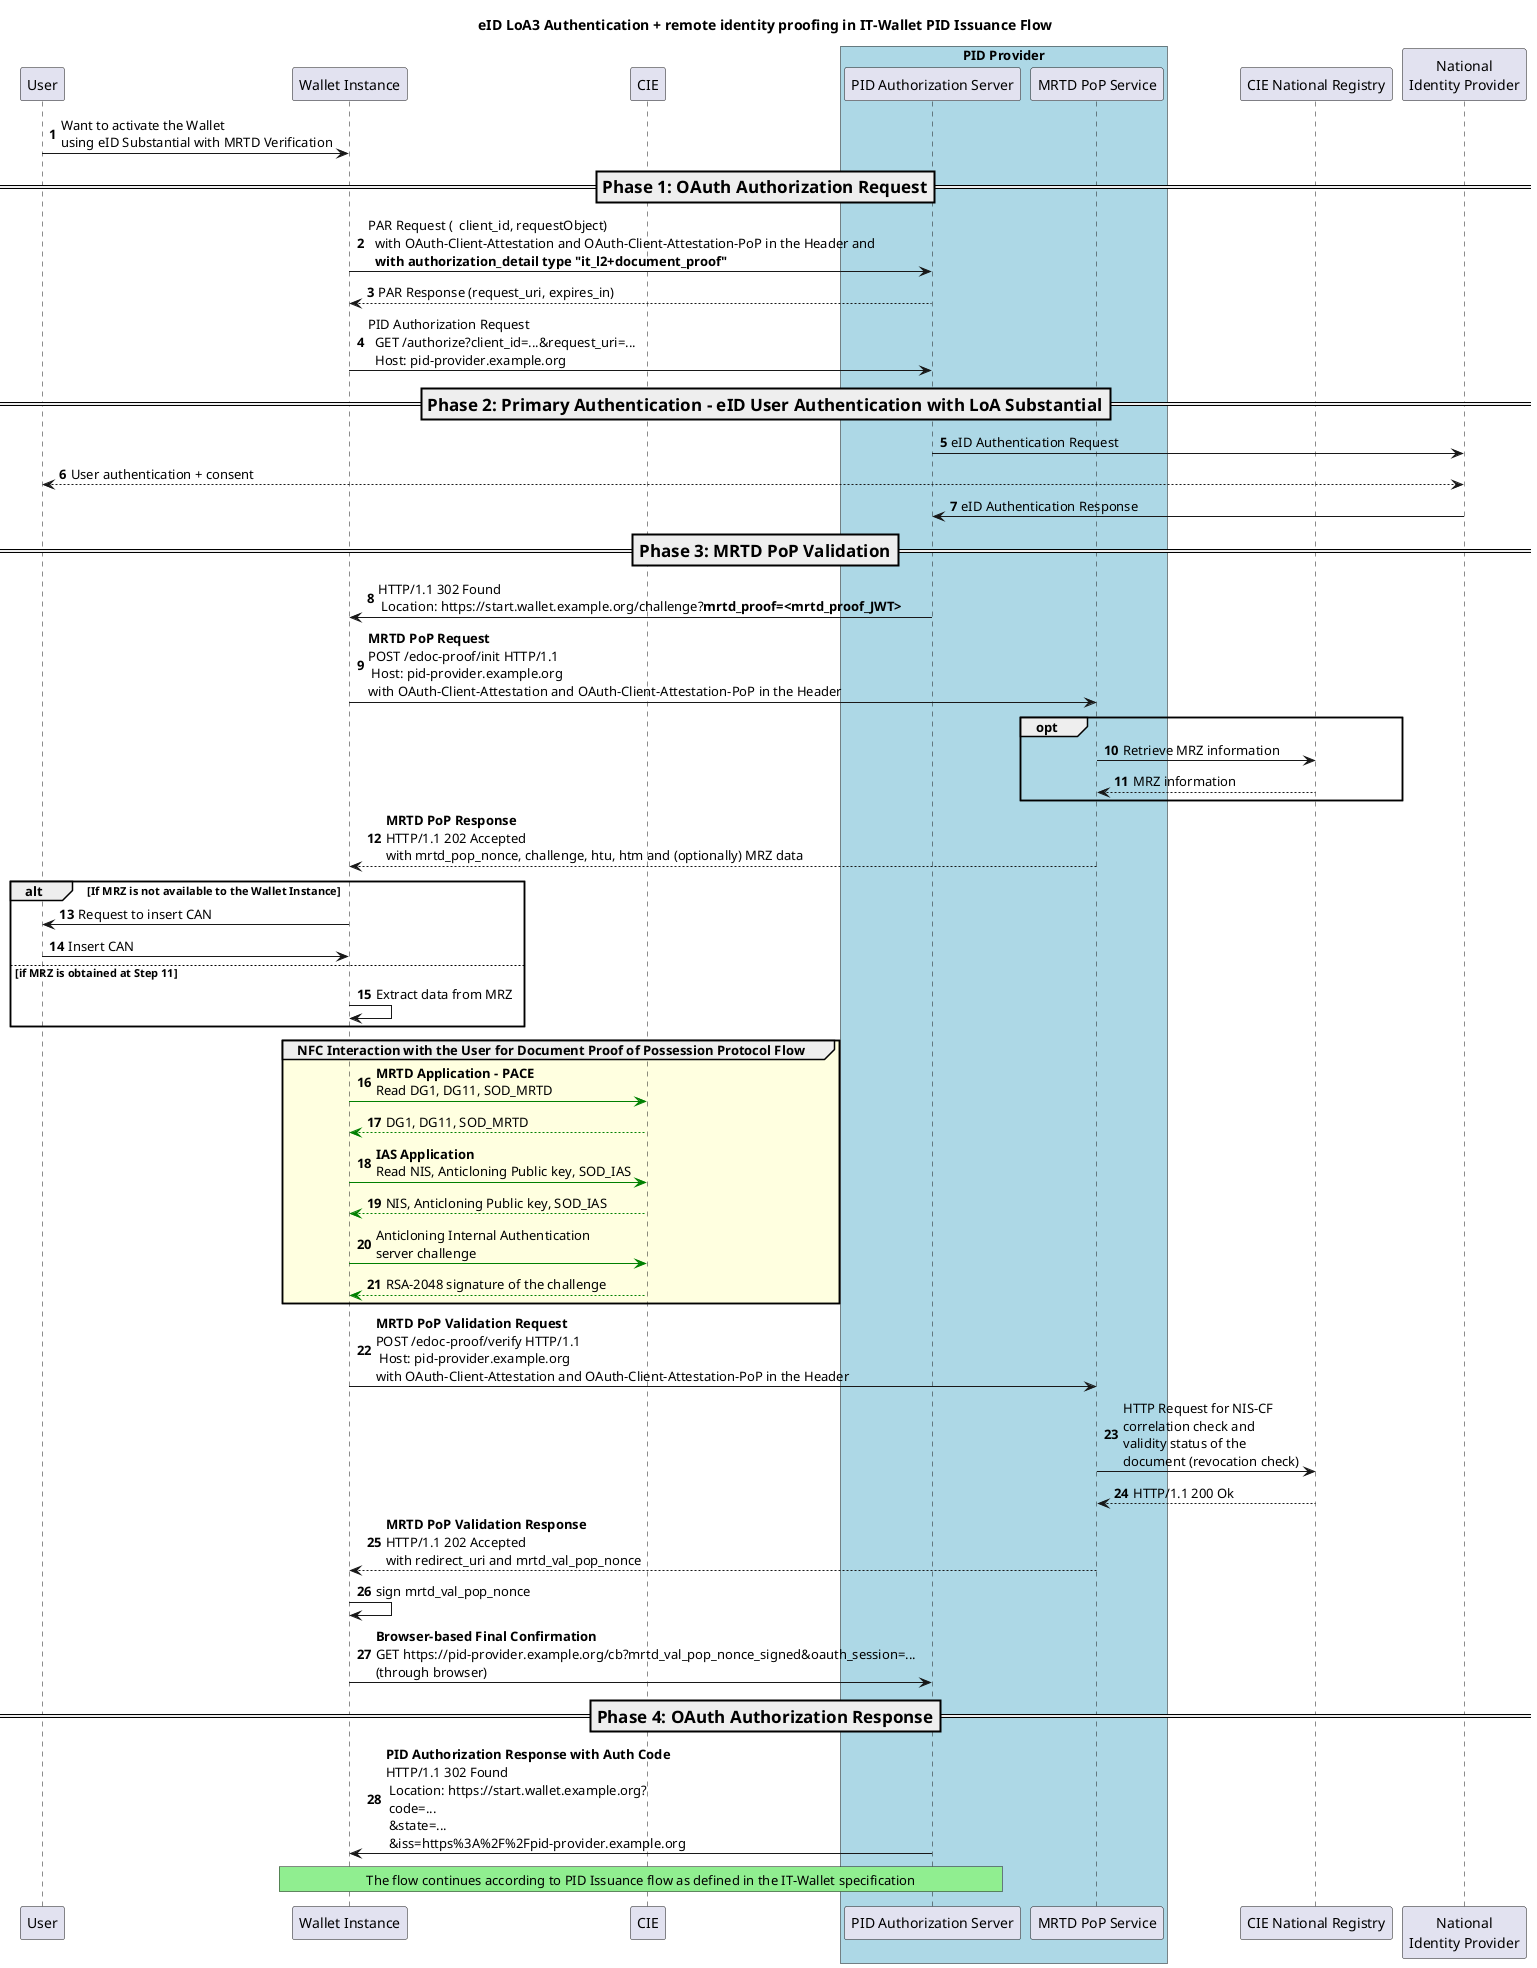
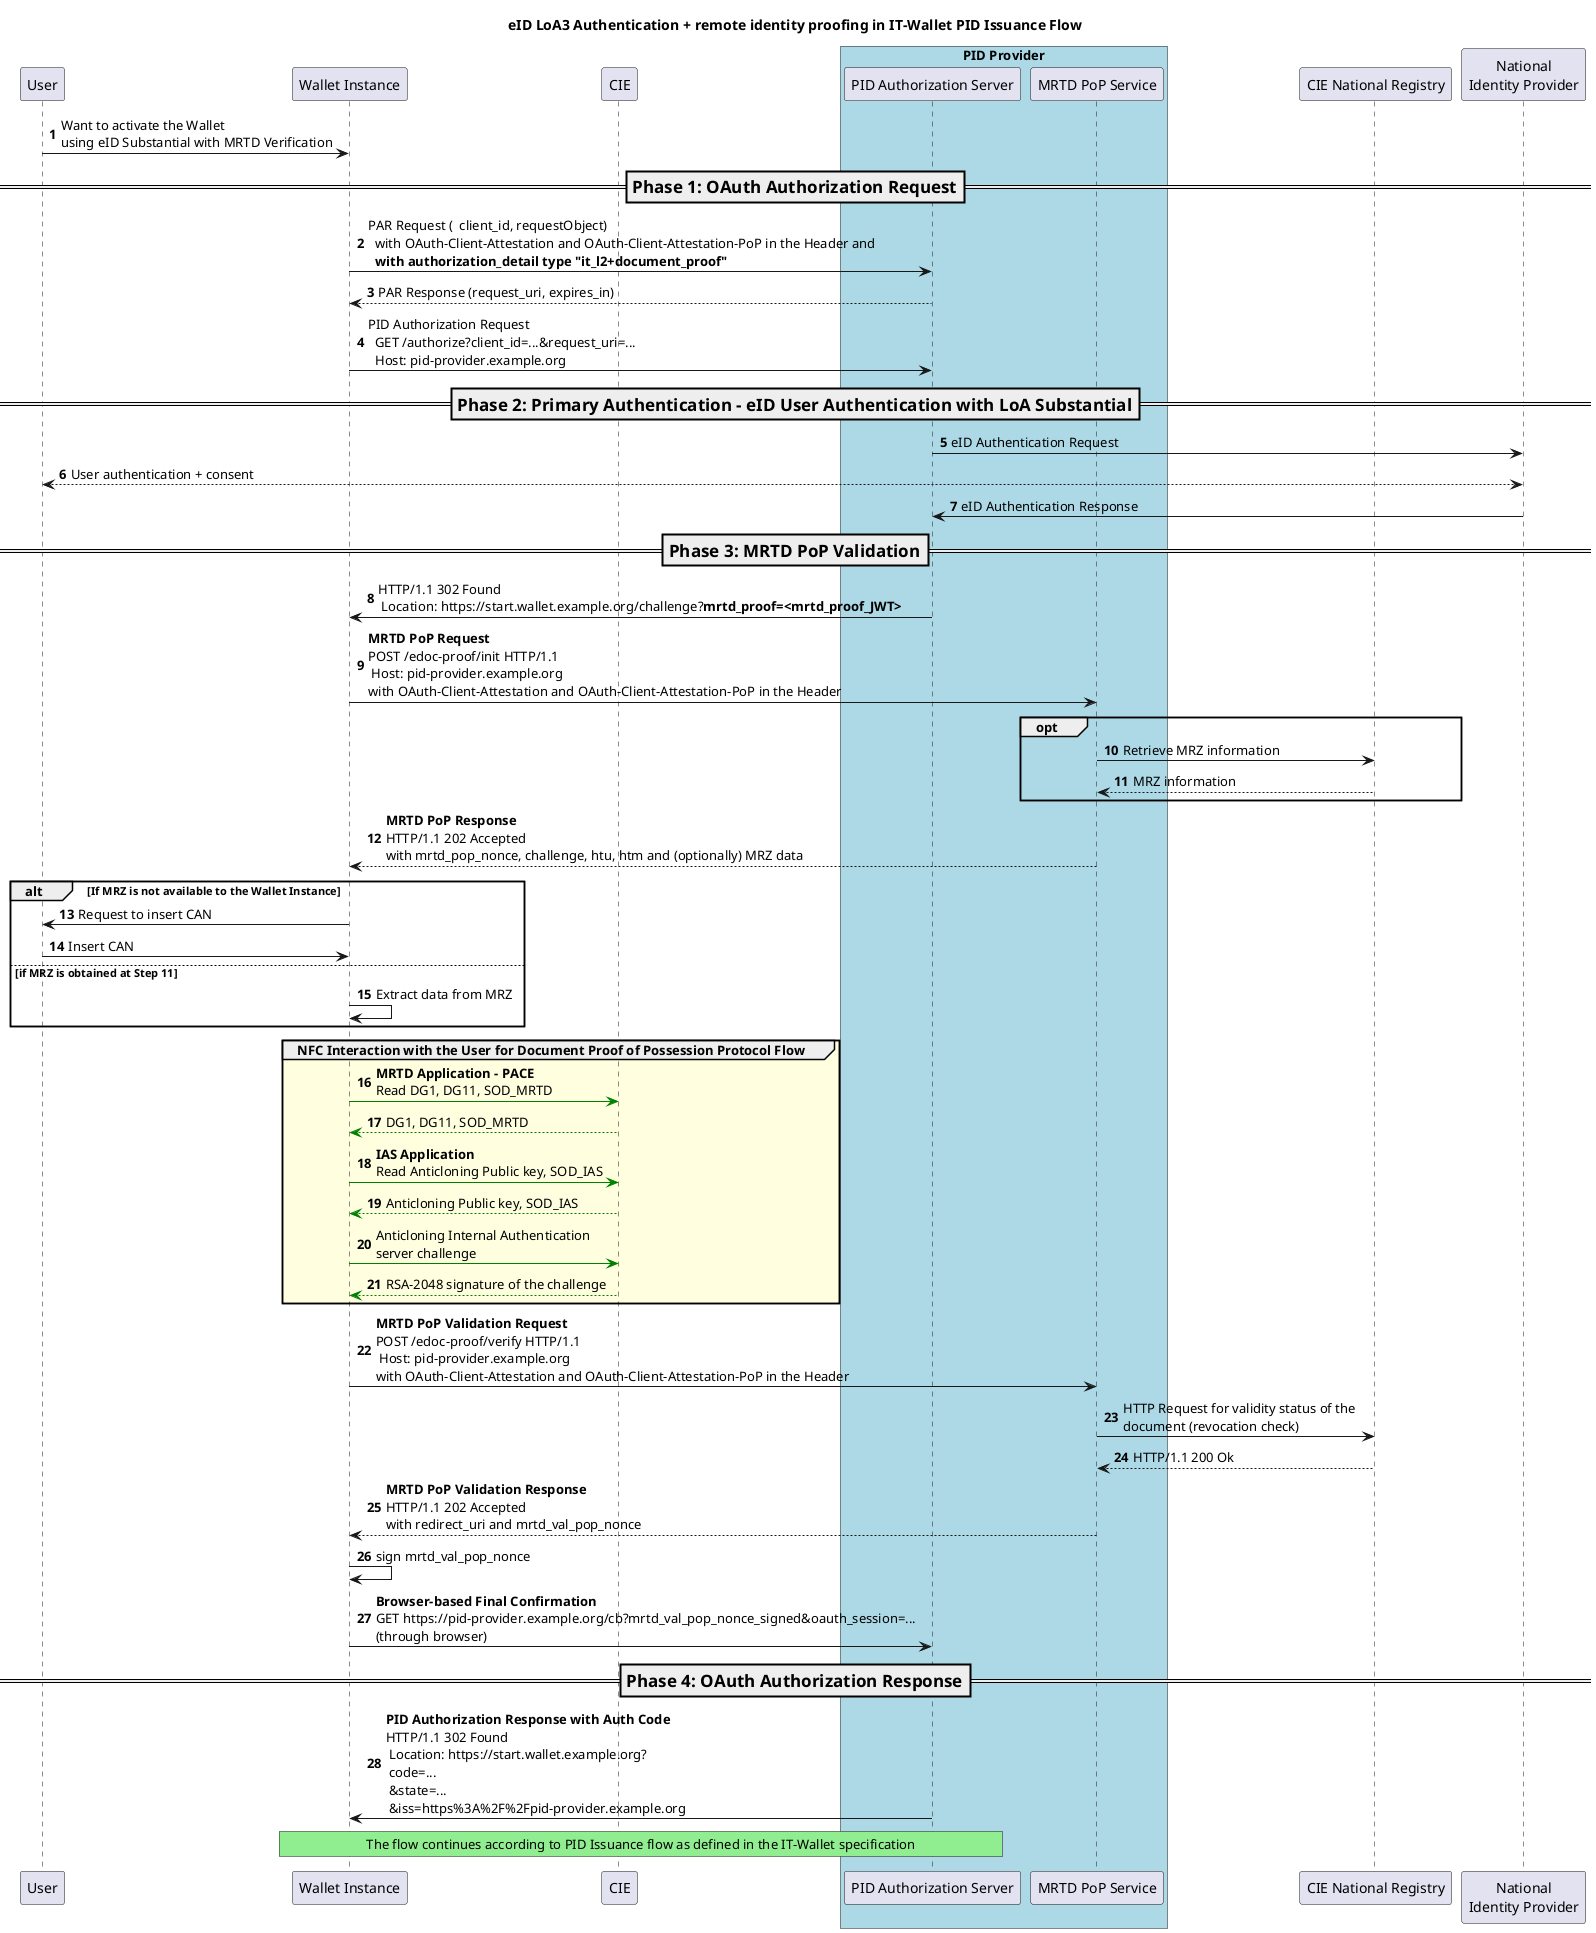
@startuml
'!theme cerulean-outline
autonumber
participant "User" as U
participant "Wallet Instance" as A
participant "CIE" as C
box  "PID Provider" #LightBlue
participant "PID Authorization Server" as AS
participant "MRTD PoP Service" as DPOPS
end box
participant "CIE National Registry" as MIN
participant "National\nIdentity Provider" as IDP


title eID LoA3 Authentication + remote identity proofing in IT-Wallet PID Issuance Flow

U -> A: Want to activate the Wallet \nusing eID Substantial with MRTD Verification

=== Phase 1: OAuth Authorization Request ==
A -> AS : PAR Request (  client_id, requestObject) \n  with OAuth-Client-Attestation and OAuth-Client-Attestation-PoP in the Header and\n  **with authorization_detail type "it_l2+document_proof"**

AS --> A : PAR Response (request_uri, expires_in)
A -> AS: PID Authorization Request \n  GET /authorize?client_id=...&request_uri=...\n  Host: pid-provider.example.org

=== Phase 2: Primary Authentication - eID User Authentication with LoA Substantial ==
AS -> IDP: eID Authentication Request
IDP <--> U: User authentication + consent
IDP -> AS: eID Authentication Response

=== Phase 3: MRTD PoP Validation ==
AS -> A: HTTP/1.1 302 Found\n Location: https://start.wallet.example.org/challenge?**mrtd_proof=<mrtd_proof_JWT>**

A -> DPOPS: **MRTD PoP Request**\nPOST /edoc-proof/init HTTP/1.1\n Host: pid-provider.example.org\nwith OAuth-Client-Attestation and OAuth-Client-Attestation-PoP in the Header

opt
    DPOPS -> MIN:  Retrieve MRZ information
    MIN --> DPOPS: MRZ information
end

DPOPS --> A: **MRTD PoP Response**\nHTTP/1.1 202 Accepted\nwith mrtd_pop_nonce, challenge, htu, htm and (optionally) MRZ data

alt If MRZ is not available to the Wallet Instance
    A -> U: Request to insert CAN
    U -> A: Insert CAN
else if MRZ is obtained at Step 11
    A -> A: Extract data from MRZ
end

group #LightYellow NFC Interaction with the User for Document Proof of Possession Protocol Flow
    A -[#green]> C : **MRTD Application - PACE**\nRead DG1, DG11, SOD_MRTD
    C --[#green]> A : DG1, DG11, SOD_MRTD

-     A -[#green]> C : **IAS Application**\nRead NIS, Anticloning Public key, SOD_IAS
-     C --[#green]> A : NIS, Anticloning Public key, SOD_IAS
+     A -[#green]> C : **IAS Application**\nRead Anticloning Public key, SOD_IAS
+     C --[#green]> A : Anticloning Public key, SOD_IAS
    A -[#green]> C: Anticloning Internal Authentication\nserver challenge
    C --[#green]> A : RSA-2048 signature of the challenge
end

A -> DPOPS: **MRTD PoP Validation Request**\nPOST /edoc-proof/verify HTTP/1.1\n Host: pid-provider.example.org\nwith OAuth-Client-Attestation and OAuth-Client-Attestation-PoP in the Header

- DPOPS -> MIN: HTTP Request for NIS-CF \ncorrelation check and\nvalidity status of the \ndocument (revocation check)
+ DPOPS -> MIN: HTTP Request for validity status of the \ndocument (revocation check)

MIN --> DPOPS: HTTP/1.1 200 Ok

DPOPS --> A: **MRTD PoP Validation Response**\nHTTP/1.1 202 Accepted\nwith redirect_uri and mrtd_val_pop_nonce

A -> A: sign mrtd_val_pop_nonce

A -> AS: **Browser-based Final Confirmation**\nGET https://pid-provider.example.org/cb?mrtd_val_pop_nonce_signed&oauth_session=...\n(through browser)

=== Phase 4: OAuth Authorization Response ==
AS -> A: **PID Authorization Response with Auth Code**\nHTTP/1.1 302 Found\n Location: https://start.wallet.example.org?\n code=...\n &state=...\n &iss=https%3A%2F%2Fpid-provider.example.org

rnote over A,AS #LIGHTGREEN
The flow continues according to PID Issuance flow as defined in the IT-Wallet specification
endrnote
@enduml